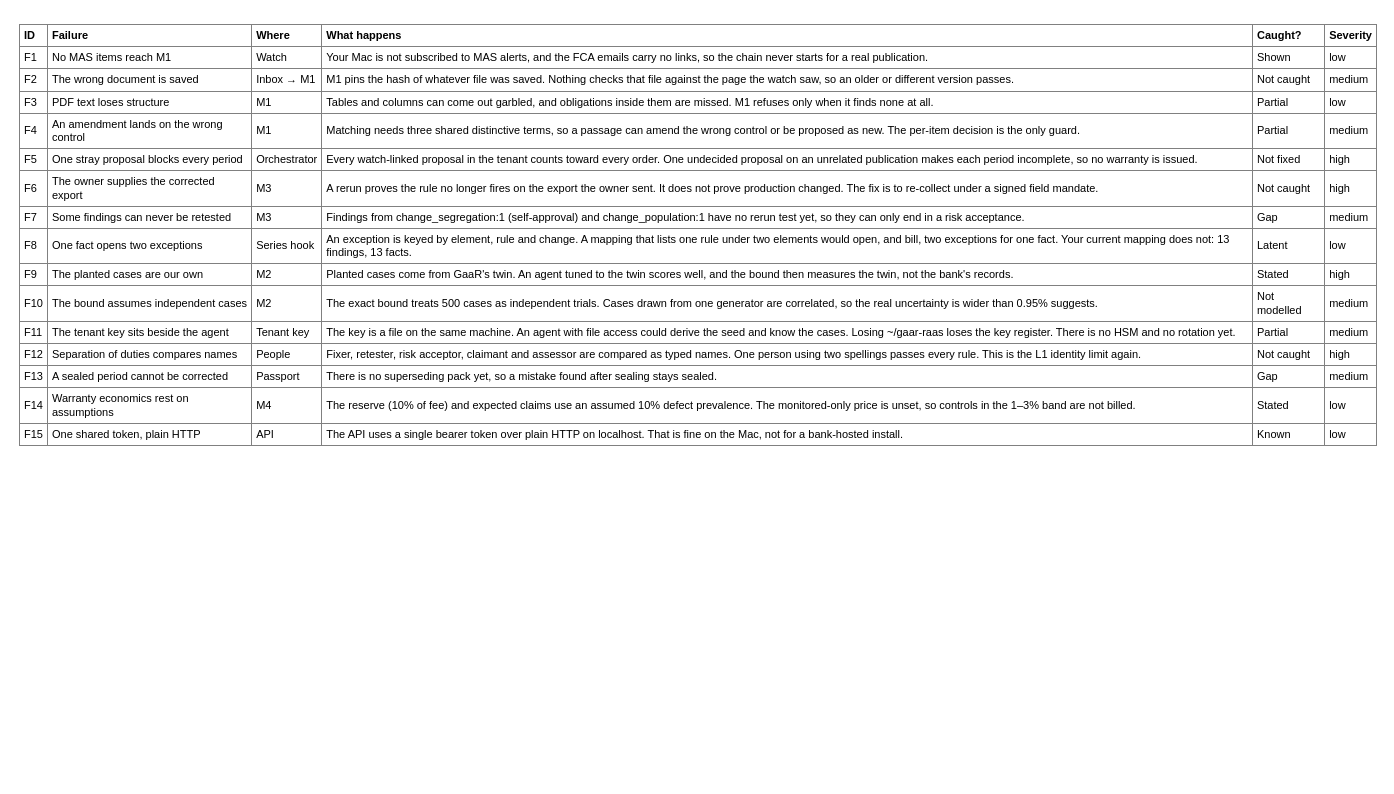
Above: page "Failure register" (2 of 2) of gaar_programme_workspace/ge_repo/docs/design/raas_block1.drawio in yencwu87-ui/GaaR (draw.io), before the change. Source tidied: cells renumbered, new cells numbered last; positions are measured from the earlier drawing's top-left corner, leaving out a move shared by most shapes. Both pictures are drawn from the tidied source at 100%, with x=0, y=0 at pixel (17, 17).
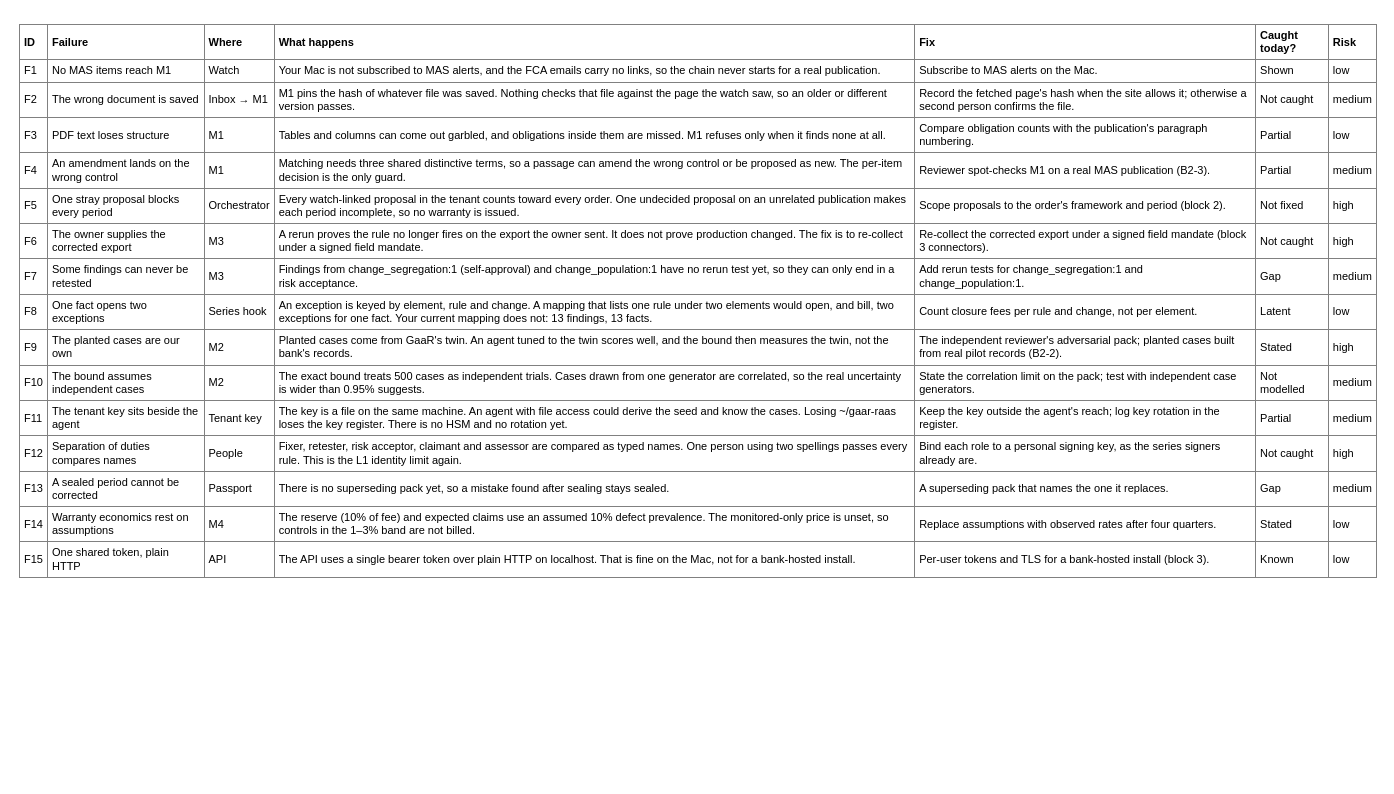
The same page after the edit.

Commit message (it also covers changes not shown here):
Block 1 diagram as PNG: architecture (diagram embedded, editable in draw.io) and failure register

The .drawio now pins each arrow's exit, entry and bends, so draw.io shows the same routing as
the PNG; the failure register gains the fix for each point.

Claude-Session: https://claude.ai/code/session_01NjRtS3iSi7vPFcHTXJyiM2

Change to the diagram source:
```diff
@@
 <mxGraphModel>
   <root>
     <mxCell id="0" />
     <mxCell id="1" parent="0" />
-    <mxCell id="2" value="&lt;table border=&quot;1&quot; cellpadding=&quot;4&quot; style=&quot;border-collapse:collapse;font-size:11px;width:100%&quot;&gt;&lt;tr&gt;&lt;td&gt;&lt;b&gt;ID&lt;/b&gt;&lt;/td&gt;&lt;td&gt;&lt;b&gt;Failure&lt;/b&gt;&lt;/td&gt;&lt;td&gt;&lt;b&gt;Where&lt;/b&gt;&lt;/td&gt;&lt;td&gt;&lt;b&gt;What happens&lt;/b&gt;&lt;/td&gt;&lt;td&gt;&lt;b&gt;Caught?&lt;/b&gt;&lt;/td&gt;&lt;td&gt;&lt;b&gt;Severity&lt;/b&gt;&lt;/td&gt;&lt;/tr&gt;&lt;tr&gt;&lt;td&gt;F1&lt;/td&gt;&lt;td&gt;No MAS items reach M1&lt;/td&gt;&lt;td&gt;Watch&lt;/td&gt;&lt;td&gt;Your Mac is not subscribed to MAS alerts, and the FCA emails carry no links, so the chain never starts for a real publication.&lt;/td&gt;&lt;td&gt;Shown&lt;/td&gt;&lt;td&gt;low&lt;/td&gt;&lt;/tr&gt;&lt;tr&gt;&lt;td&gt;F2&lt;/td&gt;&lt;td&gt;The wrong document is saved&lt;/td&gt;&lt;td&gt;Inbox → M1&lt;/td&gt;&lt;td&gt;M1 pins the hash of whatever file was saved. Nothing checks that file against the page the watch saw, so an older or different version passes.&lt;/td&gt;&lt;td&gt;Not caught&lt;/td&gt;&lt;td&gt;medium&lt;/td&gt;&lt;/tr&gt;&lt;tr&gt;&lt;td&gt;F3&lt;/td&gt;&lt;td&gt;PDF text loses structure&lt;/td&gt;&lt;td&gt;M1&lt;/td&gt;&lt;td&gt;Tables and columns can come out garbled, and obligations inside them are missed. M1 refuses only when it finds none at all.&lt;/td&gt;&lt;td&gt;Partial&lt;/td&gt;&lt;td&gt;low&lt;/td&gt;&lt;/tr&gt;&lt;tr&gt;&lt;td&gt;F4&lt;/td&gt;&lt;td&gt;An amendment lands on the wrong control&lt;/td&gt;&lt;td&gt;M1&lt;/td&gt;&lt;td&gt;Matching needs three shared distinctive terms, so a passage can amend the wrong control or be proposed as new. The per-item decision is the only guard.&lt;/td&gt;&lt;td&gt;Partial&lt;/td&gt;&lt;td&gt;medium&lt;/td&gt;&lt;/tr&gt;&lt;tr&gt;&lt;td&gt;F5&lt;/td&gt;&lt;td&gt;One stray proposal blocks every period&lt;/td&gt;&lt;td&gt;Orchestrator&lt;/td&gt;&lt;td&gt;Every watch-linked proposal in the tenant counts toward every order. One undecided proposal on an unrelated publication makes each period incomplete, so no warranty is issued.&lt;/td&gt;&lt;td&gt;Not fixed&lt;/td&gt;&lt;td&gt;high&lt;/td&gt;&lt;/tr&gt;&lt;tr&gt;&lt;td&gt;F6&lt;/td&gt;&lt;td&gt;The owner supplies the corrected export&lt;/td&gt;&lt;td&gt;M3&lt;/td&gt;&lt;td&gt;A rerun proves the rule no longer fires on the export the owner sent. It does not prove production changed. The fix is to re-collect under a signed field mandate.&lt;/td&gt;&lt;td&gt;Not caught&lt;/td&gt;&lt;td&gt;high&lt;/td&gt;&lt;/tr&gt;&lt;tr&gt;&lt;td&gt;F7&lt;/td&gt;&lt;td&gt;Some findings can never be retested&lt;/td&gt;&lt;td&gt;M3&lt;/td&gt;&lt;td&gt;Findings from change_segregation:1 (self-approval) and change_population:1 have no rerun test yet, so they can only end in a risk acceptance.&lt;/td&gt;&lt;td&gt;Gap&lt;/td&gt;&lt;td&gt;medium&lt;/td&gt;&lt;/tr&gt;&lt;tr&gt;&lt;td&gt;F8&lt;/td&gt;&lt;td&gt;One fact opens two exceptions&lt;/td&gt;&lt;td&gt;Series hook&lt;/td&gt;&lt;td&gt;An exception is keyed by element, rule and change. A mapping that lists one rule under two elements would open, and bill, two exceptions for one fact. Your current mapping does not: 13 findings, 13 facts.&lt;/td&gt;&lt;td&gt;Latent&lt;/td&gt;&lt;td&gt;low&lt;/td&gt;&lt;/tr&gt;&lt;tr&gt;&lt;td&gt;F9&lt;/td&gt;&lt;td&gt;The planted cases are our own&lt;/td&gt;&lt;td&gt;M2&lt;/td&gt;&lt;td&gt;Planted cases come from GaaR&amp;#x27;s twin. An agent tuned to the twin scores well, and the bound then measures the twin, not the bank&amp;#x27;s records.&lt;/td&gt;&lt;td&gt;Stated&lt;/td&gt;&lt;td&gt;high&lt;/td&gt;&lt;/tr&gt;&lt;tr&gt;&lt;td&gt;F10&lt;/td&gt;&lt;td&gt;The bound assumes independent cases&lt;/td&gt;&lt;td&gt;M2&lt;/td&gt;&lt;td&gt;The exact bound treats 500 cases as independent trials. Cases drawn from one generator are correlated, so the real uncertainty is wider than 0.95% suggests.&lt;/td&gt;&lt;td&gt;Not modelled&lt;/td&gt;&lt;td&gt;medium&lt;/td&gt;&lt;/tr&gt;&lt;tr&gt;&lt;td&gt;F11&lt;/td&gt;&lt;td&gt;The tenant key sits beside the agent&lt;/td&gt;&lt;td&gt;Tenant key&lt;/td&gt;&lt;td&gt;The key is a file on the same machine. An agent with file access could derive the seed and know the cases. Losing ~/gaar-raas loses the key register. There is no HSM and no rotation yet.&lt;/td&gt;&lt;td&gt;Partial&lt;/td&gt;&lt;td&gt;medium&lt;/td&gt;&lt;/tr&gt;&lt;tr&gt;&lt;td&gt;F12&lt;/td&gt;&lt;td&gt;Separation of duties compares names&lt;/td&gt;&lt;td&gt;People&lt;/td&gt;&lt;td&gt;Fixer, retester, risk acceptor, claimant and assessor are compared as typed names. One person using two spellings passes every rule. This is the L1 identity limit again.&lt;/td&gt;&lt;td&gt;Not caught&lt;/td&gt;&lt;td&gt;high&lt;/td&gt;&lt;/tr&gt;&lt;tr&gt;&lt;td&gt;F13&lt;/td&gt;&lt;td&gt;A sealed period cannot be corrected&lt;/td&gt;&lt;td&gt;Passport&lt;/td&gt;&lt;td&gt;There is no superseding pack yet, so a mistake found after sealing stays sealed.&lt;/td&gt;&lt;td&gt;Gap&lt;/td&gt;&lt;td&gt;medium&lt;/td&gt;&lt;/tr&gt;&lt;tr&gt;&lt;td&gt;F14&lt;/td&gt;&lt;td&gt;Warranty economics rest on assumptions&lt;/td&gt;&lt;td&gt;M4&lt;/td&gt;&lt;td&gt;The reserve (10% of fee) and expected claims use an assumed 10% defect prevalence. The monitored-only price is unset, so controls in the 1–3% band are not billed.&lt;/td&gt;&lt;td&gt;Stated&lt;/td&gt;&lt;td&gt;low&lt;/td&gt;&lt;/tr&gt;&lt;tr&gt;&lt;td&gt;F15&lt;/td&gt;&lt;td&gt;One shared token, plain HTTP&lt;/td&gt;&lt;td&gt;API&lt;/td&gt;&lt;td&gt;The API uses a single bearer token over plain HTTP on localhost. That is fine on the Mac, not for a bank-hosted install.&lt;/td&gt;&lt;td&gt;Known&lt;/td&gt;&lt;td&gt;low&lt;/td&gt;&lt;/tr&gt;&lt;/table&gt;" style="text;html=1;whiteSpace=wrap;verticalAlign=top;align=left;" parent="1" vertex="1">
+    <mxCell id="2" value="&lt;table border=&quot;1&quot; cellpadding=&quot;4&quot; style=&quot;border-collapse:collapse;font-size:11px;width:100%&quot;&gt;&lt;tr&gt;&lt;td&gt;&lt;b&gt;ID&lt;/b&gt;&lt;/td&gt;&lt;td&gt;&lt;b&gt;Failure&lt;/b&gt;&lt;/td&gt;&lt;td&gt;&lt;b&gt;Where&lt;/b&gt;&lt;/td&gt;&lt;td&gt;&lt;b&gt;What happens&lt;/b&gt;&lt;/td&gt;&lt;td&gt;&lt;b&gt;Fix&lt;/b&gt;&lt;/td&gt;&lt;td&gt;&lt;b&gt;Caught today?&lt;/b&gt;&lt;/td&gt;&lt;td&gt;&lt;b&gt;Risk&lt;/b&gt;&lt;/td&gt;&lt;/tr&gt;&lt;tr&gt;&lt;td&gt;F1&lt;/td&gt;&lt;td&gt;No MAS items reach M1&lt;/td&gt;&lt;td&gt;Watch&lt;/td&gt;&lt;td&gt;Your Mac is not subscribed to MAS alerts, and the FCA emails carry no links, so the chain never starts for a real publication.&lt;/td&gt;&lt;td&gt;Subscribe to MAS alerts on the Mac.&lt;/td&gt;&lt;td&gt;Shown&lt;/td&gt;&lt;td&gt;low&lt;/td&gt;&lt;/tr&gt;&lt;tr&gt;&lt;td&gt;F2&lt;/td&gt;&lt;td&gt;The wrong document is saved&lt;/td&gt;&lt;td&gt;Inbox → M1&lt;/td&gt;&lt;td&gt;M1 pins the hash of whatever file was saved. Nothing checks that file against the page the watch saw, so an older or different version passes.&lt;/td&gt;&lt;td&gt;Record the fetched page&amp;#x27;s hash when the site allows it; otherwise a second person confirms the file.&lt;/td&gt;&lt;td&gt;Not caught&lt;/td&gt;&lt;td&gt;medium&lt;/td&gt;&lt;/tr&gt;&lt;tr&gt;&lt;td&gt;F3&lt;/td&gt;&lt;td&gt;PDF text loses structure&lt;/td&gt;&lt;td&gt;M1&lt;/td&gt;&lt;td&gt;Tables and columns can come out garbled, and obligations inside them are missed. M1 refuses only when it finds none at all.&lt;/td&gt;&lt;td&gt;Compare obligation counts with the publication&amp;#x27;s paragraph numbering.&lt;/td&gt;&lt;td&gt;Partial&lt;/td&gt;&lt;td&gt;low&lt;/td&gt;&lt;/tr&gt;&lt;tr&gt;&lt;td&gt;F4&lt;/td&gt;&lt;td&gt;An amendment lands on the wrong control&lt;/td&gt;&lt;td&gt;M1&lt;/td&gt;&lt;td&gt;Matching needs three shared distinctive terms, so a passage can amend the wrong control or be proposed as new. The per-item decision is the only guard.&lt;/td&gt;&lt;td&gt;Reviewer spot-checks M1 on a real MAS publication (B2-3).&lt;/td&gt;&lt;td&gt;Partial&lt;/td&gt;&lt;td&gt;medium&lt;/td&gt;&lt;/tr&gt;&lt;tr&gt;&lt;td&gt;F5&lt;/td&gt;&lt;td&gt;One stray proposal blocks every period&lt;/td&gt;&lt;td&gt;Orchestrator&lt;/td&gt;&lt;td&gt;Every watch-linked proposal in the tenant counts toward every order. One undecided proposal on an unrelated publication makes each period incomplete, so no warranty is issued.&lt;/td&gt;&lt;td&gt;Scope proposals to the order&amp;#x27;s framework and period (block 2).&lt;/td&gt;&lt;td&gt;Not fixed&lt;/td&gt;&lt;td&gt;high&lt;/td&gt;&lt;/tr&gt;&lt;tr&gt;&lt;td&gt;F6&lt;/td&gt;&lt;td&gt;The owner supplies the corrected export&lt;/td&gt;&lt;td&gt;M3&lt;/td&gt;&lt;td&gt;A rerun proves the rule no longer fires on the export the owner sent. It does not prove production changed. The fix is to re-collect under a signed field mandate.&lt;/td&gt;&lt;td&gt;Re-collect the corrected export under a signed field mandate (block 3 connectors).&lt;/td&gt;&lt;td&gt;Not caught&lt;/td&gt;&lt;td&gt;high&lt;/td&gt;&lt;/tr&gt;&lt;tr&gt;&lt;td&gt;F7&lt;/td&gt;&lt;td&gt;Some findings can never be retested&lt;/td&gt;&lt;td&gt;M3&lt;/td&gt;&lt;td&gt;Findings from change_segregation:1 (self-approval) and change_population:1 have no rerun test yet, so they can only end in a risk acceptance.&lt;/td&gt;&lt;td&gt;Add rerun tests for change_segregation:1 and change_population:1.&lt;/td&gt;&lt;td&gt;Gap&lt;/td&gt;&lt;td&gt;medium&lt;/td&gt;&lt;/tr&gt;&lt;tr&gt;&lt;td&gt;F8&lt;/td&gt;&lt;td&gt;One fact opens two exceptions&lt;/td&gt;&lt;td&gt;Series hook&lt;/td&gt;&lt;td&gt;An exception is keyed by element, rule and change. A mapping that lists one rule under two elements would open, and bill, two exceptions for one fact. Your current mapping does not: 13 findings, 13 facts.&lt;/td&gt;&lt;td&gt;Count closure fees per rule and change, not per element.&lt;/td&gt;&lt;td&gt;Latent&lt;/td&gt;&lt;td&gt;low&lt;/td&gt;&lt;/tr&gt;&lt;tr&gt;&lt;td&gt;F9&lt;/td&gt;&lt;td&gt;The planted cases are our own&lt;/td&gt;&lt;td&gt;M2&lt;/td&gt;&lt;td&gt;Planted cases come from GaaR&amp;#x27;s twin. An agent tuned to the twin scores well, and the bound then measures the twin, not the bank&amp;#x27;s records.&lt;/td&gt;&lt;td&gt;The independent reviewer&amp;#x27;s adversarial pack; planted cases built from real pilot records (B2-2).&lt;/td&gt;&lt;td&gt;Stated&lt;/td&gt;&lt;td&gt;high&lt;/td&gt;&lt;/tr&gt;&lt;tr&gt;&lt;td&gt;F10&lt;/td&gt;&lt;td&gt;The bound assumes independent cases&lt;/td&gt;&lt;td&gt;M2&lt;/td&gt;&lt;td&gt;The exact bound treats 500 cases as independent trials. Cases drawn from one generator are correlated, so the real uncertainty is wider than 0.95% suggests.&lt;/td&gt;&lt;td&gt;State the correlation limit on the pack; test with independent case generators.&lt;/td&gt;&lt;td&gt;Not modelled&lt;/td&gt;&lt;td&gt;medium&lt;/td&gt;&lt;/tr&gt;&lt;tr&gt;&lt;td&gt;F11&lt;/td&gt;&lt;td&gt;The tenant key sits beside the agent&lt;/td&gt;&lt;td&gt;Tenant key&lt;/td&gt;&lt;td&gt;The key is a file on the same machine. An agent with file access could derive the seed and know the cases. Losing ~/gaar-raas loses the key register. There is no HSM and no rotation yet.&lt;/td&gt;&lt;td&gt;Keep the key outside the agent&amp;#x27;s reach; log key rotation in the register.&lt;/td&gt;&lt;td&gt;Partial&lt;/td&gt;&lt;td&gt;medium&lt;/td&gt;&lt;/tr&gt;&lt;tr&gt;&lt;td&gt;F12&lt;/td&gt;&lt;td&gt;Separation of duties compares names&lt;/td&gt;&lt;td&gt;People&lt;/td&gt;&lt;td&gt;Fixer, retester, risk acceptor, claimant and assessor are compared as typed names. One person using two spellings passes every rule. This is the L1 identity limit again.&lt;/td&gt;&lt;td&gt;Bind each role to a personal signing key, as the series signers already are.&lt;/td&gt;&lt;td&gt;Not caught&lt;/td&gt;&lt;td&gt;high&lt;/td&gt;&lt;/tr&gt;&lt;tr&gt;&lt;td&gt;F13&lt;/td&gt;&lt;td&gt;A sealed period cannot be corrected&lt;/td&gt;&lt;td&gt;Passport&lt;/td&gt;&lt;td&gt;There is no superseding pack yet, so a mistake found after sealing stays sealed.&lt;/td&gt;&lt;td&gt;A superseding pack that names the one it replaces.&lt;/td&gt;&lt;td&gt;Gap&lt;/td&gt;&lt;td&gt;medium&lt;/td&gt;&lt;/tr&gt;&lt;tr&gt;&lt;td&gt;F14&lt;/td&gt;&lt;td&gt;Warranty economics rest on assumptions&lt;/td&gt;&lt;td&gt;M4&lt;/td&gt;&lt;td&gt;The reserve (10% of fee) and expected claims use an assumed 10% defect prevalence. The monitored-only price is unset, so controls in the 1–3% band are not billed.&lt;/td&gt;&lt;td&gt;Replace assumptions with observed rates after four quarters.&lt;/td&gt;&lt;td&gt;Stated&lt;/td&gt;&lt;td&gt;low&lt;/td&gt;&lt;/tr&gt;&lt;tr&gt;&lt;td&gt;F15&lt;/td&gt;&lt;td&gt;One shared token, plain HTTP&lt;/td&gt;&lt;td&gt;API&lt;/td&gt;&lt;td&gt;The API uses a single bearer token over plain HTTP on localhost. That is fine on the Mac, not for a bank-hosted install.&lt;/td&gt;&lt;td&gt;Per-user tokens and TLS for a bank-hosted install (block 3).&lt;/td&gt;&lt;td&gt;Known&lt;/td&gt;&lt;td&gt;low&lt;/td&gt;&lt;/tr&gt;&lt;/table&gt;" style="text;html=1;whiteSpace=wrap;verticalAlign=top;align=left;" parent="1" vertex="1">
       <mxGeometry width="1360" height="760" as="geometry" />
     </mxCell>
   </root>
 </mxGraphModel>
```
